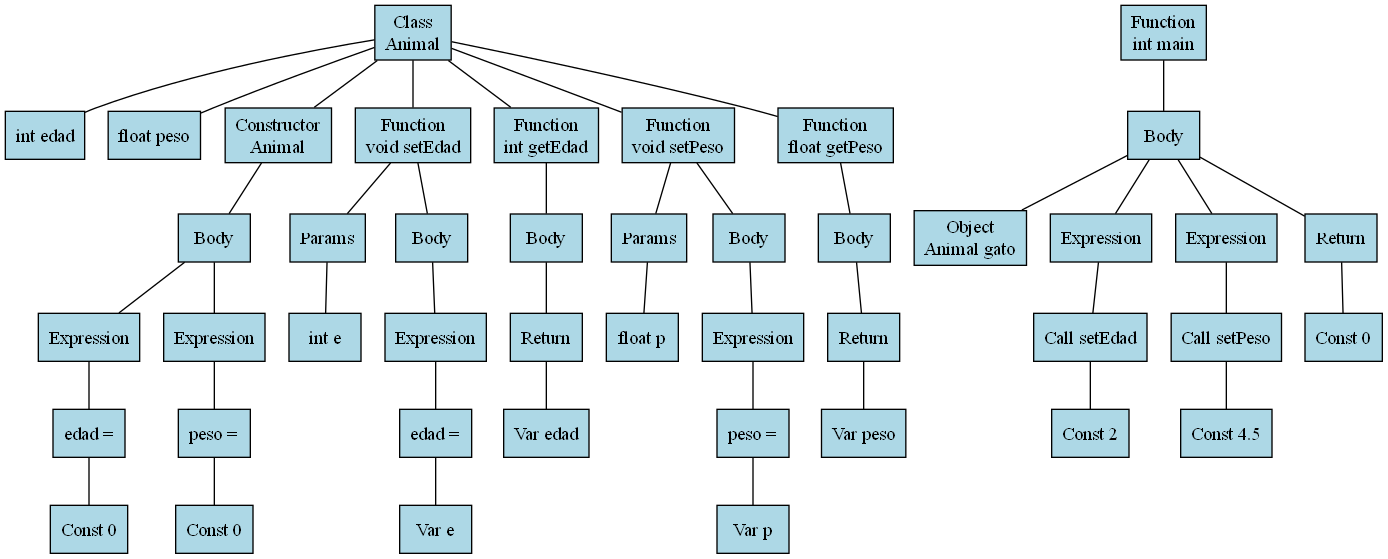
The Graphviz diagram ast.png in MiguelCano-ia/mini-c-plusplus, before a commit. Its source is kept beside it as ast.dot.
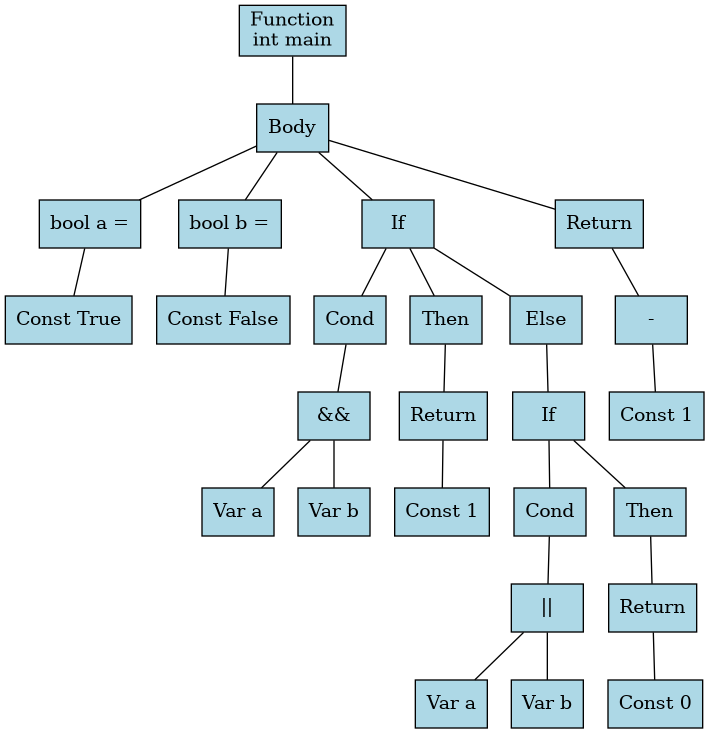
The same diagram one commit later.

What changed in the source:
```diff
@@ -1,98 +1,56 @@
 digraph ast {
 	node [fillcolor=lightblue font=bold fontcolor=black shape=box style=filled]
 	edge [arrowhead=none color=black]
-	n1 [label="Class
-Animal"]
-	n2 [label="int edad"]
-	n1 -> n2
-	n3 [label="float peso"]
+	n1 [label="Function
+int main"]
 	n1 -> n3
-	n4 [label="Constructor
-Animal"]
-	n4 -> n6
-	n6 [label=Body]
-	n7 [label=Expression]
-	n8 [label="edad ="]
-	n9 [label="Const 0"]
+	n3 [label=Body]
+	n4 [label="bool a ="]
+	n5 [label="Const True"]
+	n4 -> n5
+	n3 -> n4
+	n6 [label="bool b ="]
+	n7 [label="Const False"]
+	n6 -> n7
+	n3 -> n6
+	n8 [label=If]
+	n9 [label=Cond]
+	n10 [label="&&"]
+	n11 [label="Var a"]
+	n12 [label="Var b"]
+	n10 -> n11
+	n10 -> n12
+	n9 -> n10
 	n8 -> n9
-	n7 -> n8
-	n6 -> n7
-	n10 [label=Expression]
-	n11 [label="peso ="]
-	n12 [label="Const 0"]
-	n11 -> n12
-	n10 -> n11
-	n6 -> n10
-	n1 -> n4
-	n13 [label="Function
-void setEdad"]
-	n14 [label=Params]
-	n16 [label="int e"]
-	n14 -> n16
+	n13 [label=Then]
+	n14 [label=Return]
+	n15 [label="Const 1"]
+	n14 -> n15
 	n13 -> n14
-	n13 -> n15
-	n15 [label=Body]
-	n17 [label=Expression]
-	n18 [label="edad ="]
-	n19 [label="Var e"]
+	n8 -> n13
+	n16 [label=Else]
+	n17 [label=If]
+	n18 [label=Cond]
+	n19 [label="||"]
+	n20 [label="Var a"]
+	n21 [label="Var b"]
+	n19 -> n20
+	n19 -> n21
 	n18 -> n19
 	n17 -> n18
-	n15 -> n17
-	n1 -> n13
-	n20 [label="Function
-int getEdad"]
-	n20 -> n22
-	n22 [label=Body]
+	n22 [label=Then]
 	n23 [label=Return]
-	n24 [label="Var edad"]
+	n24 [label="Const 0"]
 	n23 -> n24
 	n22 -> n23
-	n1 -> n20
-	n25 [label="Function
-void setPeso"]
-	n26 [label=Params]
-	n28 [label="float p"]
-	n26 -> n28
+	n17 -> n22
+	n16 -> n17
+	n8 -> n16
+	n3 -> n8
+	n25 [label=Return]
+	n26 [label="-"]
+	n27 [label="Const 1"]
+	n26 -> n27
 	n25 -> n26
-	n25 -> n27
-	n27 [label=Body]
-	n29 [label=Expression]
-	n30 [label="peso ="]
-	n31 [label="Var p"]
-	n30 -> n31
-	n29 -> n30
-	n27 -> n29
-	n1 -> n25
-	n32 [label="Function
-float getPeso"]
-	n32 -> n34
-	n34 [label=Body]
-	n35 [label=Return]
-	n36 [label="Var peso"]
-	n35 -> n36
-	n34 -> n35
-	n1 -> n32
-	n37 [label="Function
-int main"]
-	n37 -> n39
-	n39 [label=Body]
-	n40 [label="Object
-Animal gato"]
-	n39 -> n40
-	n41 [label=Expression]
-	n42 [label="Call setEdad"]
-	n43 [label="Const 2"]
-	n42 -> n43
-	n41 -> n42
-	n39 -> n41
-	n44 [label=Expression]
-	n45 [label="Call setPeso"]
-	n46 [label="Const 4.5"]
-	n45 -> n46
-	n44 -> n45
-	n39 -> n44
-	n47 [label=Return]
-	n48 [label="Const 0"]
-	n47 -> n48
-	n39 -> n47
+	n3 -> n25
 }
```
